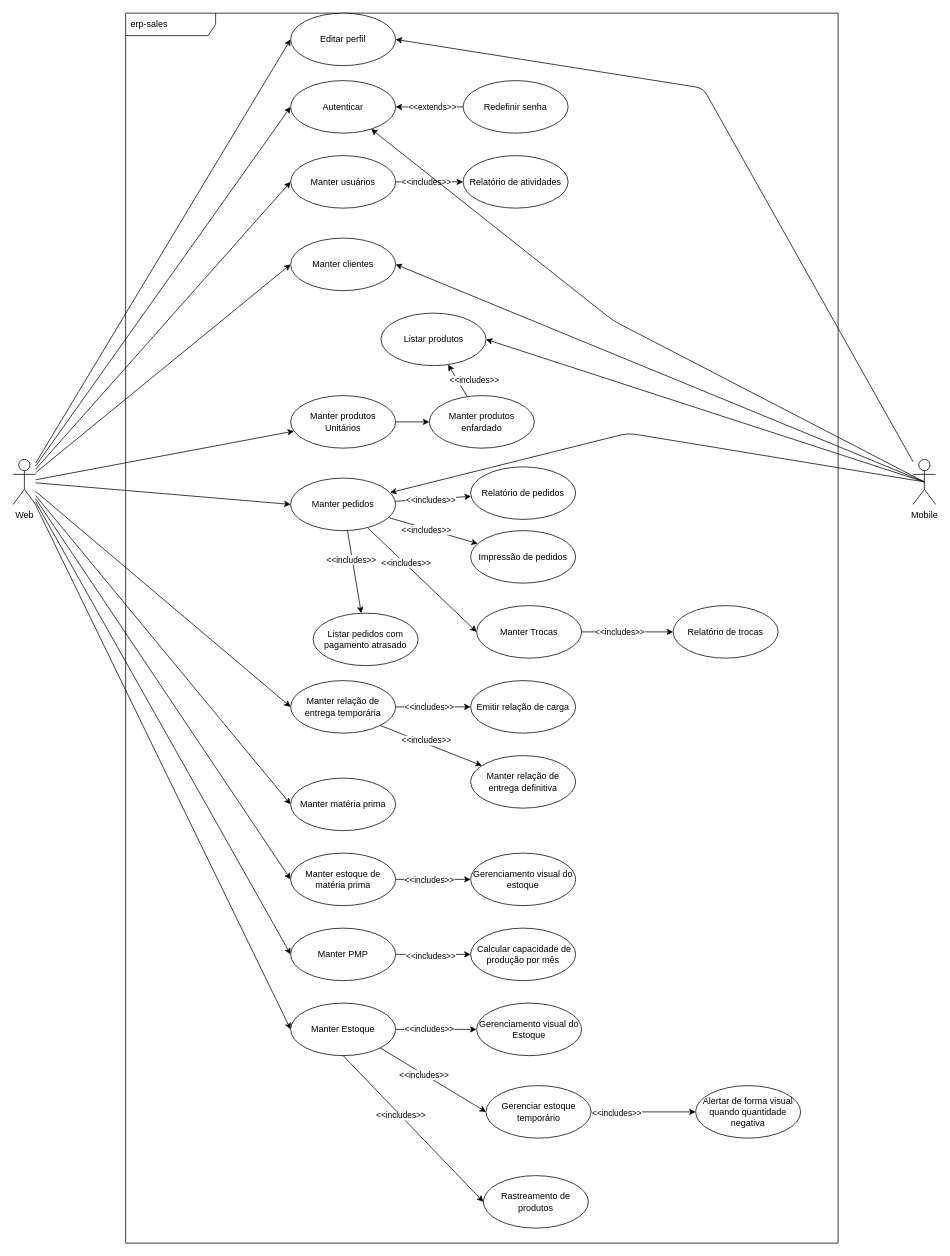
Earlier version of the draw.io diagram documentation/usecase-diagram.drawio (gabrielmrenno/erp_sales). Source tidied: cells renumbered, new cells numbered last; positions are measured from the earlier drawing's top-left corner, leaving out a move shared by most shapes. Both pictures are drawn from the tidied source at 75%, with x=0, y=0 at pixel (13, 13).
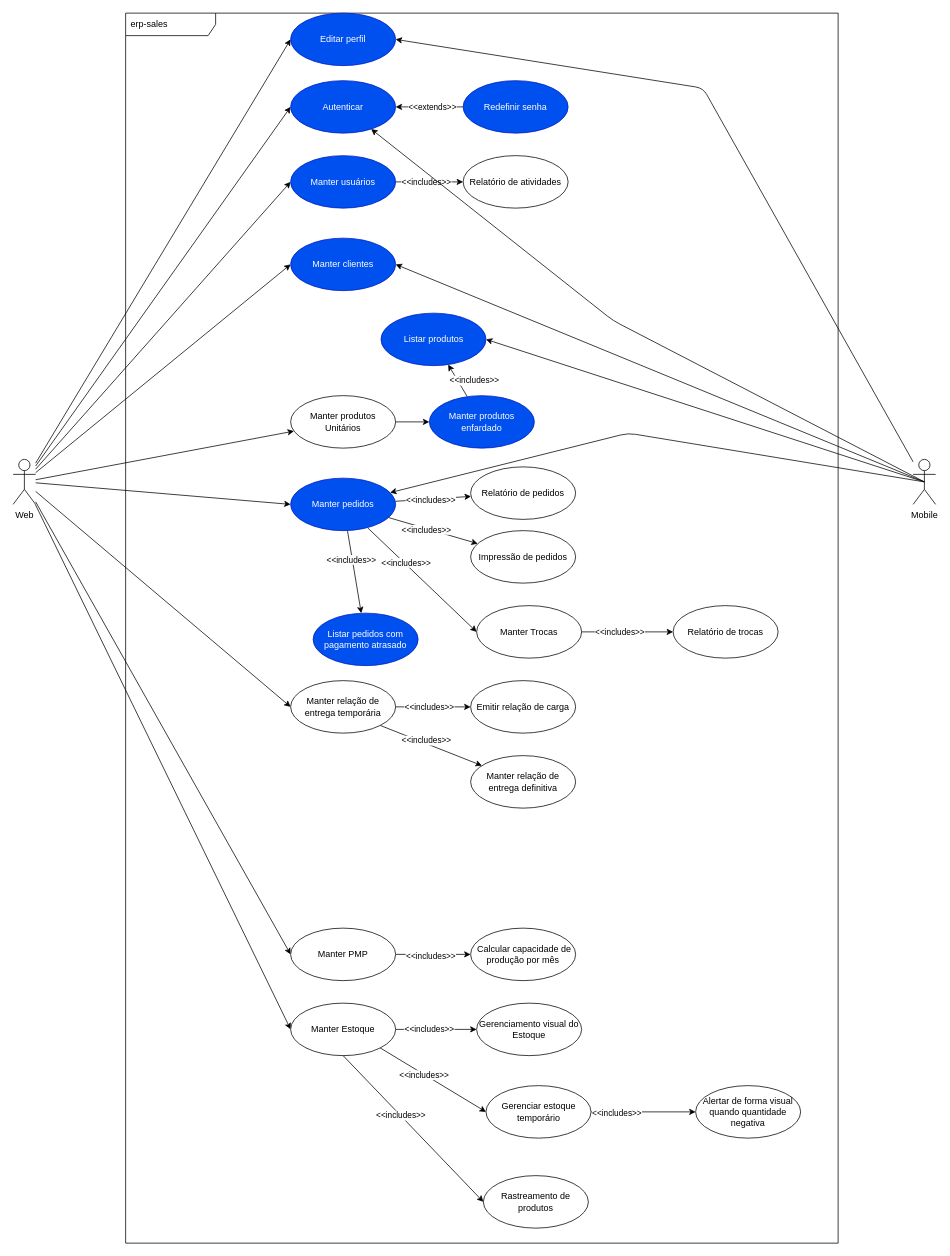
After the change.

Commit message (it also covers changes not shown here):
[ADD] adding some infos on diagrams

The change refers to these unchanged cells:
```xml
<mxCell id="14" value="Web" style="shape=umlActor;verticalLabelPosition=bottom;verticalAlign=top;html=1;" parent="1" vertex="1">
  <mxGeometry y="595" width="30" height="60" as="geometry" />
</mxCell>
```

Change to the diagram source:
```diff
@@
-    <mxCell id="9" style="edgeStyle=none;html=1;entryX=0;entryY=0.5;entryDx=0;entryDy=0;" parent="1" edge="1" source="14" target="33">
-      <mxGeometry relative="1" as="geometry" />
-    </mxCell>
-    <mxCell id="10" style="edgeStyle=none;html=1;entryX=0;entryY=0.5;entryDx=0;entryDy=0;" parent="1" edge="1" source="14" target="36">
-      <mxGeometry relative="1" as="geometry" />
-    </mxCell>
@@
-    <mxCell id="17" value="Manter usuários" style="ellipse;whiteSpace=wrap;html=1;" parent="1" vertex="1">
+    <mxCell id="17" value="Manter usuários" style="ellipse;whiteSpace=wrap;html=1;fillColor=#0050ef;fontColor=#ffffff;strokeColor=#001DBC;" parent="1" vertex="1">
       <mxGeometry x="370" y="190" width="140" height="70" as="geometry" />
     </mxCell>
-    <mxCell id="18" value="Autenticar" style="ellipse;whiteSpace=wrap;html=1;" parent="1" vertex="1">
+    <mxCell id="18" value="Autenticar" style="ellipse;whiteSpace=wrap;html=1;fillColor=#0050ef;fontColor=#ffffff;strokeColor=#001DBC;" parent="1" vertex="1">
       <mxGeometry x="370" y="90" width="140" height="70" as="geometry" />
     </mxCell>
-    <mxCell id="19" value="Manter clientes" style="ellipse;whiteSpace=wrap;html=1;" parent="1" vertex="1">
+    <mxCell id="19" value="Manter clientes" style="ellipse;whiteSpace=wrap;html=1;fillColor=#0050ef;fontColor=#ffffff;strokeColor=#001DBC;" parent="1" vertex="1">
       <mxGeometry x="370" y="300" width="140" height="70" as="geometry" />
     </mxCell>
@@
-    <mxCell id="32" value="Manter pedidos" style="ellipse;whiteSpace=wrap;html=1;" parent="1" vertex="1">
+    <mxCell id="32" value="Manter pedidos" style="ellipse;whiteSpace=wrap;html=1;fillColor=#0050ef;fontColor=#ffffff;strokeColor=#001DBC;" parent="1" vertex="1">
       <mxGeometry x="370" y="620" width="140" height="70" as="geometry" />
     </mxCell>
-    <mxCell id="33" value="Manter matéria prima" style="ellipse;whiteSpace=wrap;html=1;" parent="1" vertex="1">
-      <mxGeometry x="370" y="1020" width="140" height="70" as="geometry" />
-    </mxCell>
-    <mxCell id="34" style="edgeStyle=none;html=1;" parent="1" edge="1" source="36" target="46">
-      <mxGeometry relative="1" as="geometry" />
-    </mxCell>
-    <mxCell id="35" value="&amp;lt;&amp;lt;includes&amp;gt;&amp;gt;" style="edgeLabel;html=1;align=center;verticalAlign=middle;" parent="34" vertex="1">
-      <mxGeometry x="-0.54" y="-1" relative="1" as="geometry">
-        <mxPoint x="21" y="-1" as="offset" />
-      </mxGeometry>
-    </mxCell>
-    <mxCell id="36" value="Manter estoque de matéria prima" style="ellipse;whiteSpace=wrap;html=1;" parent="1" vertex="1">
-      <mxGeometry x="370" y="1120" width="140" height="70" as="geometry" />
-    </mxCell>
@@
-    <mxCell id="46" value="Gerenciamento visual do estoque" style="ellipse;whiteSpace=wrap;html=1;" parent="1" vertex="1">
-      <mxGeometry x="610" y="1120" width="140" height="70" as="geometry" />
-    </mxCell>
@@
-    <mxCell id="59" value="Redefinir senha" style="ellipse;whiteSpace=wrap;html=1;" parent="1" vertex="1">
+    <mxCell id="59" value="Redefinir senha" style="ellipse;whiteSpace=wrap;html=1;fillColor=#0050ef;fontColor=#ffffff;strokeColor=#001DBC;" parent="1" vertex="1">
       <mxGeometry x="600" y="90" width="140" height="70" as="geometry" />
     </mxCell>
@@
-    <mxCell id="61" value="Editar perfil" style="ellipse;whiteSpace=wrap;html=1;" parent="1" vertex="1">
+    <mxCell id="61" value="Editar perfil" style="ellipse;whiteSpace=wrap;html=1;fillColor=#0050ef;fontColor=#ffffff;strokeColor=#001DBC;" parent="1" vertex="1">
       <mxGeometry x="370" width="140" height="70" as="geometry" />
     </mxCell>
@@
-    <mxCell id="77" value="Listar produtos" style="ellipse;whiteSpace=wrap;html=1;" parent="1" vertex="1">
+    <mxCell id="77" value="Listar produtos" style="ellipse;whiteSpace=wrap;html=1;fillColor=#0050ef;fontColor=#ffffff;strokeColor=#001DBC;" parent="1" vertex="1">
       <mxGeometry x="490.5" y="400" width="140" height="70" as="geometry" />
     </mxCell>
@@
-    <mxCell id="83" value="Listar pedidos com pagamento atrasado" style="ellipse;whiteSpace=wrap;html=1;" parent="1" vertex="1">
+    <mxCell id="83" value="Listar pedidos com pagamento atrasado" style="ellipse;whiteSpace=wrap;html=1;fillColor=#0050ef;fontColor=#ffffff;strokeColor=#001DBC;" parent="1" vertex="1">
       <mxGeometry x="400" y="800" width="140" height="70" as="geometry" />
     </mxCell>
-    <mxCell id="84" value="Manter produtos enfardado" style="ellipse;whiteSpace=wrap;html=1;" parent="1" vertex="1">
+    <mxCell id="84" value="Manter produtos enfardado" style="ellipse;whiteSpace=wrap;html=1;fillColor=#0050ef;fontColor=#ffffff;strokeColor=#001DBC;" parent="1" vertex="1">
       <mxGeometry x="555" y="510" width="140" height="70" as="geometry" />
     </mxCell>
```
